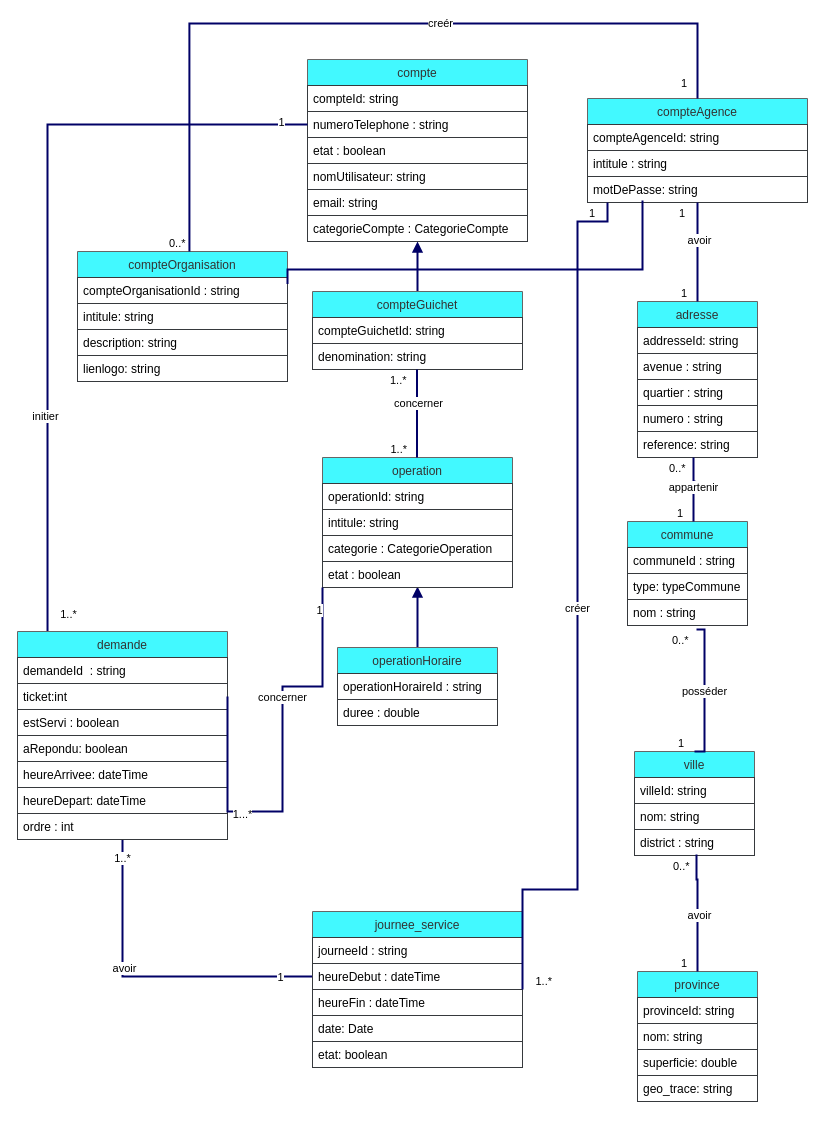
Before: Untitled Diagram.drawio in FranckTshiz27/virtLine_api, a draw.io diagram. Source tidied: cells renumbered, new cells numbered last; positions are measured from the earlier drawing's top-left corner, leaving out a move shared by most shapes. Both pictures are drawn from the tidied source at 100%, with x=0, y=0 at pixel (17, 23).
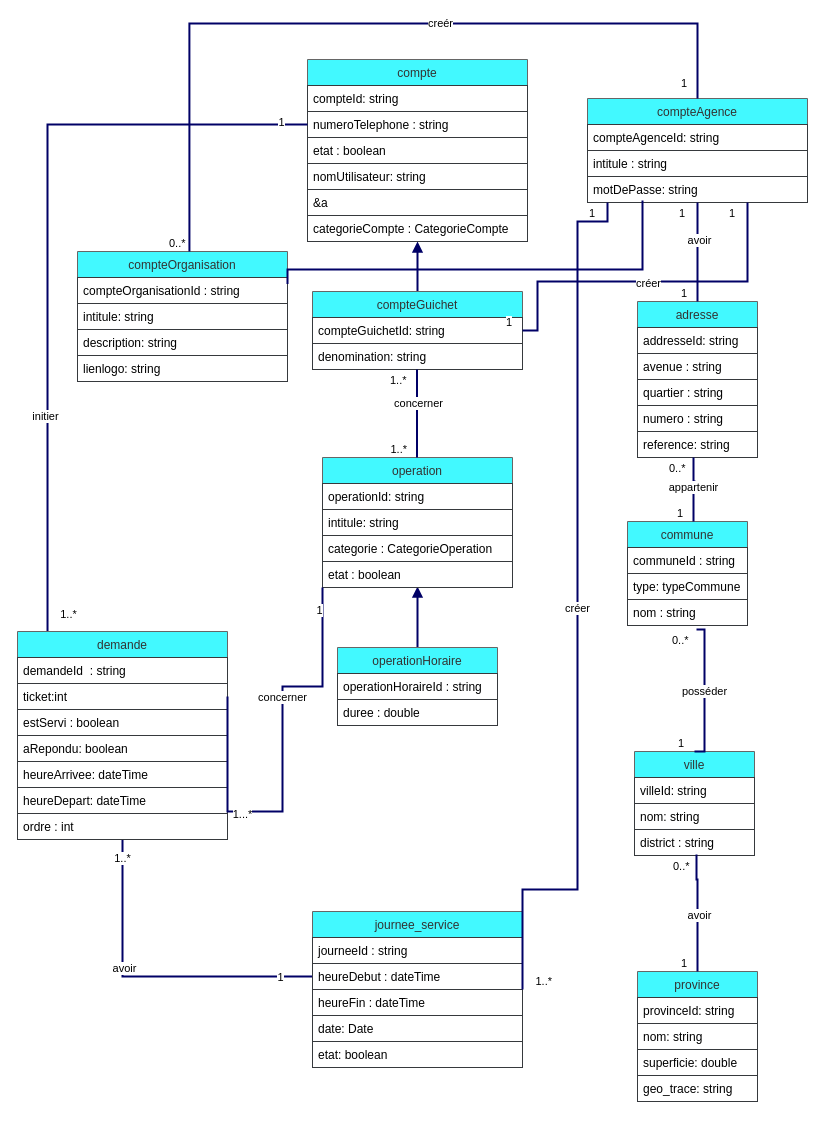
Above is the later version.

Unchanged cells that the change refers to:
```xml
<mxCell id="3" value="compte" style="swimlane;fontStyle=0;horizontal=1;startSize=26;fillColor=#42F9FF;fontColor=#333333;strokeColor=#666666;rounded=0;strokeWidth=1;" parent="1" vertex="1">
  <mxGeometry x="290" y="36" width="220" height="182" as="geometry" />
</mxCell>
<mxCell id="54" value="compteGuichetId: string" style="text;strokeColor=#36393d;fillColor=#fff;align=left;verticalAlign=top;spacingLeft=4;spacingRight=4;overflow=hidden;points=[[0,0.5],[1,0.5]];portConstraint=eastwest;" parent="53" vertex="1">
  <mxGeometry y="26" width="210" height="26" as="geometry" />
</mxCell>
```

The edit, as a diff of the source:
```diff
@@
-    <mxCell id="8" value="email: string" style="text;strokeColor=#36393d;fillColor=#fff;align=left;verticalAlign=top;spacingLeft=4;spacingRight=4;overflow=hidden;" parent="3" vertex="1">
+    <mxCell id="8" value="&amp;a    &#10;&#10;" style="text;strokeColor=#36393d;fillColor=#fff;align=left;verticalAlign=top;spacingLeft=4;spacingRight=4;overflow=hidden;" parent="3" vertex="1">
       <mxGeometry y="130" width="220" height="26" as="geometry" />
     </mxCell>
@@
+    <mxCell id="100" style="endArrow=none;html=1;edgeStyle=orthogonalEdgeStyle;rounded=0;strokeColor=#000066;strokeWidth=2;exitX=0.5;exitY=1;exitDx=0;exitDy=0;" parent="1" edge="1" target="54">
+      <mxGeometry relative="1" as="geometry">
+        <mxPoint x="730" y="179" as="sourcePoint" />
+        <Array as="points">
+          <mxPoint x="730" y="258" />
+          <mxPoint x="520" y="258" />
+          <mxPoint x="520" y="307" />
+        </Array>
+      </mxGeometry>
+    </mxCell>
+    <mxCell id="101" value="1" style="edgeLabel;html=1;align=left;verticalAlign=bottom;rounded=0;strokeColor=#fff;strokeWidth=1;fillColor=#fff;gradientColor=none;" parent="100" vertex="1">
+      <mxGeometry x="-1" relative="1" as="geometry">
+        <mxPoint x="-20" y="19" as="offset" />
+      </mxGeometry>
+    </mxCell>
+    <mxCell id="102" value="1" style="edgeLabel;html=1;align=right;verticalAlign=bottom;rounded=0;strokeColor=#fff;strokeWidth=1;fillColor=#fff;gradientColor=none;" parent="100" vertex="1">
+      <mxGeometry x="1" relative="1" as="geometry">
+        <mxPoint x="-10" as="offset" />
+      </mxGeometry>
+    </mxCell>
+    <mxCell id="103" value="créer" style="edgeLabel;html=1;align=center;verticalAlign=middle;" parent="100" vertex="1">
+      <mxGeometry x="-0.25" y="1" relative="1" as="geometry">
+        <mxPoint x="-47" as="offset" />
+      </mxGeometry>
+    </mxCell>
```
